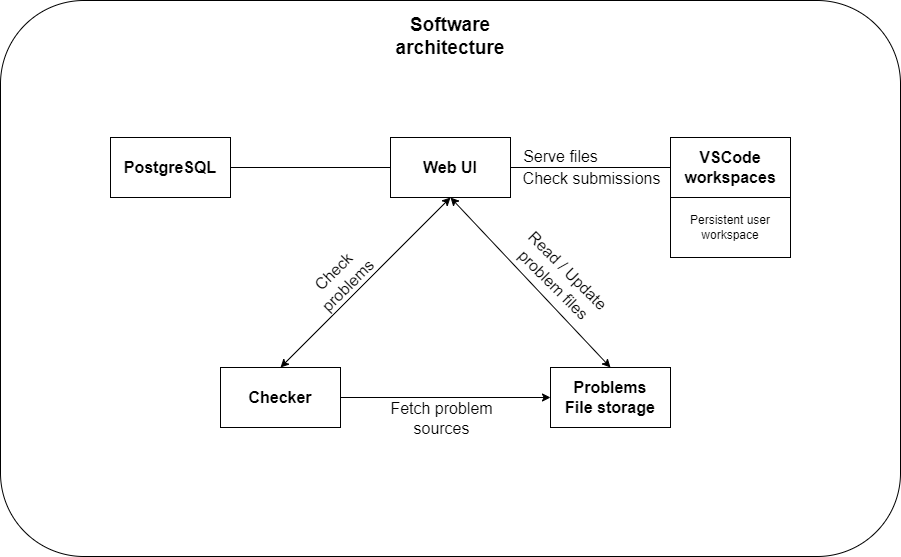
The draw.io diagram photos/software-architecture.png in acadnet-dev/docs, before a commit. Source tidied: cells renumbered, new cells last; positions are measured from the earlier drawing's top-left corner, leaving out a move shared by most shapes. The source it was exported from:
```xml
<mxGraphModel>
  <root>
    <mxCell id="0" />
    <mxCell id="1" parent="0" />
    <mxCell id="2" style="rounded=1;whiteSpace=wrap;html=1;" parent="1" vertex="1">
      <mxGeometry width="900" height="556" as="geometry" />
    </mxCell>
    <mxCell id="3" value="Software architecture" style="text;html=1;strokeColor=none;fillColor=none;align=center;verticalAlign=middle;whiteSpace=wrap;rounded=0;fontSize=19;fontStyle=1;" parent="1" vertex="1">
      <mxGeometry x="370" y="21" width="160" height="30" as="geometry" />
    </mxCell>
    <mxCell id="4" style="edgeStyle=none;html=1;exitX=0.5;exitY=1;exitDx=0;exitDy=0;entryX=0.5;entryY=0;entryDx=0;entryDy=0;fontSize=16;startArrow=classic;startFill=1;endArrow=classic;endFill=1;" parent="1" edge="1" source="8" target="11">
      <mxGeometry relative="1" as="geometry" />
    </mxCell>
    <mxCell id="5" value="Check&lt;br&gt;problems" style="edgeLabel;html=1;align=center;verticalAlign=middle;fontSize=16;rotation=-45;" parent="4" vertex="1">
      <mxGeometry x="0.19" y="-3" relative="1" as="geometry">
        <mxPoint x="-7" y="-18" as="offset" />
      </mxGeometry>
    </mxCell>
    <mxCell id="6" style="edgeStyle=none;html=1;exitX=0.5;exitY=1;exitDx=0;exitDy=0;entryX=0.5;entryY=0;entryDx=0;entryDy=0;fontSize=16;startArrow=classic;startFill=1;endArrow=classic;endFill=1;" parent="1" edge="1" source="8" target="16">
      <mxGeometry relative="1" as="geometry" />
    </mxCell>
    <mxCell id="7" value="Read / Update&lt;br&gt;problem files" style="edgeLabel;html=1;align=center;verticalAlign=middle;fontSize=16;rotation=45;" parent="6" vertex="1">
      <mxGeometry x="0.2" y="-1" relative="1" as="geometry">
        <mxPoint x="15" y="-23" as="offset" />
      </mxGeometry>
    </mxCell>
    <mxCell id="8" value="Web UI" style="rounded=0;whiteSpace=wrap;html=1;fontStyle=1;fontSize=16;" parent="1" vertex="1">
      <mxGeometry x="390" y="137" width="120" height="60" as="geometry" />
    </mxCell>
    <mxCell id="9" style="edgeStyle=none;html=1;exitX=1;exitY=0.5;exitDx=0;exitDy=0;entryX=0;entryY=0.5;entryDx=0;entryDy=0;fontSize=16;startArrow=none;startFill=0;endArrow=classic;endFill=1;" parent="1" edge="1" source="11" target="16">
      <mxGeometry relative="1" as="geometry" />
    </mxCell>
    <mxCell id="10" value="Fetch problem&lt;br&gt;sources" style="edgeLabel;html=1;align=center;verticalAlign=middle;fontSize=16;" parent="9" vertex="1">
      <mxGeometry x="-0.3" y="-1" relative="1" as="geometry">
        <mxPoint x="27" y="19" as="offset" />
      </mxGeometry>
    </mxCell>
    <mxCell id="11" value="Checker" style="rounded=0;whiteSpace=wrap;html=1;fontStyle=1;fontSize=16;" parent="1" vertex="1">
      <mxGeometry x="220" y="367" width="120" height="60" as="geometry" />
    </mxCell>
    <mxCell id="12" value="Persistent user workspace" style="rounded=0;whiteSpace=wrap;html=1;" parent="1" vertex="1">
      <mxGeometry x="670" y="197" width="120" height="60" as="geometry" />
    </mxCell>
    <mxCell id="13" value="VSCode workspaces" style="rounded=0;whiteSpace=wrap;html=1;fontStyle=1;fontSize=16;" parent="1" vertex="1">
      <mxGeometry x="670" y="137" width="120" height="60" as="geometry" />
    </mxCell>
    <mxCell id="14" style="edgeStyle=none;html=1;exitX=1;exitY=0.5;exitDx=0;exitDy=0;entryX=0;entryY=0.5;entryDx=0;entryDy=0;fontSize=16;startArrow=none;startFill=0;endArrow=none;endFill=0;" parent="1" edge="1" source="15" target="8">
      <mxGeometry relative="1" as="geometry" />
    </mxCell>
    <mxCell id="15" value="PostgreSQL" style="rounded=0;whiteSpace=wrap;html=1;fontStyle=1;fontSize=16;" parent="1" vertex="1">
      <mxGeometry x="110" y="137" width="120" height="60" as="geometry" />
    </mxCell>
    <mxCell id="16" value="Problems&lt;br style=&quot;font-size: 16px;&quot;&gt;File storage" style="rounded=0;whiteSpace=wrap;html=1;fontStyle=1;fontSize=16;" parent="1" vertex="1">
      <mxGeometry x="550" y="367" width="120" height="60" as="geometry" />
    </mxCell>
    <mxCell id="17" style="endArrow=none;html=1;fontSize=16;entryX=0;entryY=0.5;entryDx=0;entryDy=0;exitX=1;exitY=0.5;exitDx=0;exitDy=0;startArrow=none;startFill=0;" parent="1" edge="1" source="8" target="13">
      <mxGeometry relative="1" as="geometry" />
    </mxCell>
    <mxCell id="18" value="Serve files" style="edgeLabel;html=1;align=center;verticalAlign=middle;fontSize=16;" parent="17" vertex="1">
      <mxGeometry x="-0.44" y="2" relative="1" as="geometry">
        <mxPoint x="4" y="-10" as="offset" />
      </mxGeometry>
    </mxCell>
    <mxCell id="19" value="Check submissions" style="edgeLabel;html=1;align=center;verticalAlign=middle;fontSize=16;" parent="17" vertex="1">
      <mxGeometry x="0.37" y="-3" relative="1" as="geometry">
        <mxPoint x="-30" y="7" as="offset" />
      </mxGeometry>
    </mxCell>
  </root>
</mxGraphModel>
```
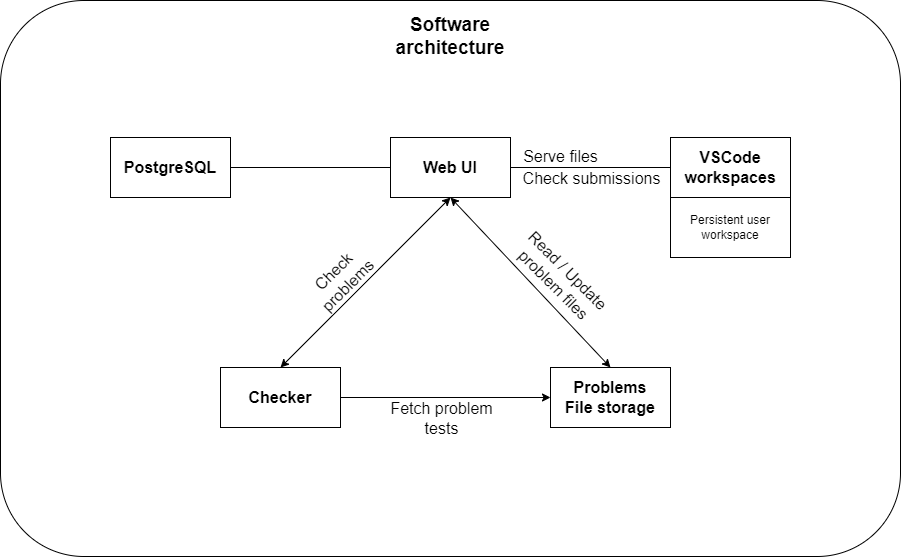
After the commit.

Diff of the diagram source:
```diff
@@ -30,7 +30,7 @@
     <mxCell id="9" style="edgeStyle=none;html=1;exitX=1;exitY=0.5;exitDx=0;exitDy=0;entryX=0;entryY=0.5;entryDx=0;entryDy=0;fontSize=16;startArrow=none;startFill=0;endArrow=classic;endFill=1;" parent="1" edge="1" source="11" target="16">
       <mxGeometry relative="1" as="geometry" />
     </mxCell>
-    <mxCell id="10" value="Fetch problem&lt;br&gt;sources" style="edgeLabel;html=1;align=center;verticalAlign=middle;fontSize=16;" parent="9" vertex="1">
+    <mxCell id="10" value="Fetch problem&lt;br&gt;tests" style="edgeLabel;html=1;align=center;verticalAlign=middle;fontSize=16;" parent="9" vertex="1">
       <mxGeometry x="-0.3" y="-1" relative="1" as="geometry">
         <mxPoint x="27" y="19" as="offset" />
       </mxGeometry>
```
